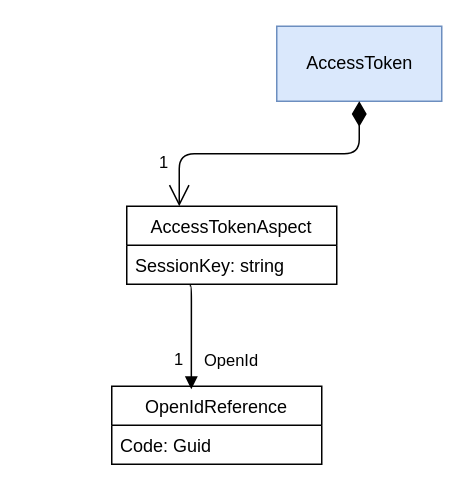
sdlfly2000/MindBridgeCampServer keeps this draw.io diagram as UML/AccessToken.drawio. Above is the earlier version. Source tidied: cells renumbered, new cells numbered last; positions are measured from the earlier drawing's top-left corner, leaving out a move shared by most shapes. Both pictures are drawn from the tidied source at 150%, with x=0, y=0 at pixel (111, 26).
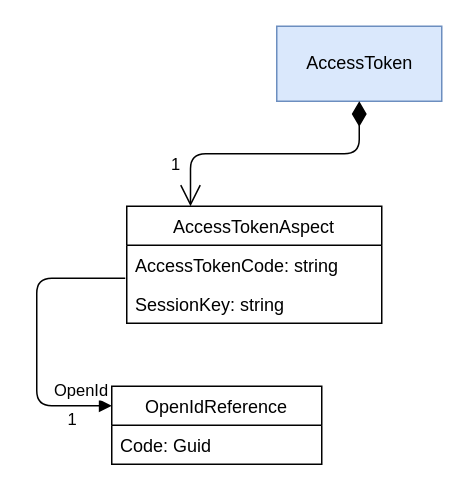
After the change.

Change to the diagram source:
```diff
@@
 <mxGraphModel>
   <root>
     <mxCell id="0" />
     <mxCell id="1" parent="0" />
     <mxCell id="2" value="AccessToken" style="html=1;fillColor=#dae8fc;strokeColor=#6c8ebf;" parent="1" vertex="1">
       <mxGeometry x="110" width="110" height="50" as="geometry" />
     </mxCell>
     <mxCell id="3" value="AccessTokenAspect" style="swimlane;fontStyle=0;horizontal=1;startSize=26;fillColor=none;" parent="1" vertex="1">
-      <mxGeometry x="10" y="120" width="140" height="52" as="geometry" />
+      <mxGeometry x="10" y="120" width="170" height="78" as="geometry" />
     </mxCell>
-    <mxCell id="4" value="SessionKey: string" style="text;strokeColor=none;fillColor=none;align=left;verticalAlign=top;spacingLeft=4;spacingRight=4;overflow=hidden;points=[[0,0.5],[1,0.5]];portConstraint=eastwest;" parent="3" vertex="1">
-      <mxGeometry y="26" width="140" height="26" as="geometry" />
+    <mxCell id="4" value="AccessTokenCode: string" style="text;strokeColor=none;fillColor=none;align=left;verticalAlign=top;spacingLeft=4;spacingRight=4;overflow=hidden;points=[[0,0.5],[1,0.5]];portConstraint=eastwest;" parent="3" vertex="1">
+      <mxGeometry y="26" width="170" height="26" as="geometry" />
     </mxCell>
+    <mxCell id="10" value="SessionKey: string" style="text;strokeColor=none;fillColor=none;align=left;verticalAlign=top;spacingLeft=4;spacingRight=4;overflow=hidden;" parent="3" vertex="1">
+      <mxGeometry y="52" width="170" height="26" as="geometry" />
+    </mxCell>
     <mxCell id="5" value="1" style="endArrow=open;html=1;endSize=12;startArrow=diamondThin;startSize=14;startFill=1;edgeStyle=orthogonalEdgeStyle;align=left;verticalAlign=bottom;entryX=0.25;entryY=0;entryDx=0;entryDy=0;" parent="1" edge="1" source="2" target="3">
       <mxGeometry x="0.79" y="-15" relative="1" as="geometry" />
     </mxCell>
     <mxCell id="6" value="OpenIdReference" style="swimlane;fontStyle=0;horizontal=1;startSize=26;fillColor=none;" parent="1" vertex="1">
       <mxGeometry y="240" width="140" height="52" as="geometry" />
     </mxCell>
     <mxCell id="7" value="Code: Guid" style="text;strokeColor=none;fillColor=none;align=left;verticalAlign=top;spacingLeft=4;spacingRight=4;overflow=hidden;" parent="6" vertex="1">
       <mxGeometry y="26" width="140" height="26" as="geometry" />
     </mxCell>
-    <mxCell id="8" value="OpenId" style="endArrow=block;endFill=1;html=1;edgeStyle=orthogonalEdgeStyle;align=left;verticalAlign=top;exitX=0.3;exitY=1.038;exitDx=0;exitDy=0;exitPerimeter=0;entryX=0.379;entryY=0.038;entryDx=0;entryDy=0;entryPerimeter=0;" parent="1" edge="1" source="4" target="6">
-      <mxGeometry x="0.09" y="7" relative="1" as="geometry">
+    <mxCell id="8" value="OpenId" style="endArrow=block;endFill=1;html=1;edgeStyle=orthogonalEdgeStyle;align=left;verticalAlign=top;entryX=0;entryY=0.25;entryDx=0;entryDy=0;exitX=-0.006;exitY=0.846;exitDx=0;exitDy=0;exitPerimeter=0;" parent="1" edge="1" source="4" target="6">
+      <mxGeometry x="0.25" y="10" relative="1" as="geometry">
         <Array as="points">
-          <mxPoint x="53" y="173" />
+          <mxPoint x="-50" y="168" />
+          <mxPoint x="-50" y="253" />
         </Array>
       </mxGeometry>
     </mxCell>
     <mxCell id="9" value="1" style="edgeLabel;html=1;align=left;verticalAlign=bottom;" parent="8" vertex="1">
       <mxGeometry x="-1" relative="1" as="geometry">
-        <mxPoint x="-12" y="57" as="offset" />
+        <mxPoint x="-40" y="102" as="offset" />
       </mxGeometry>
     </mxCell>
   </root>
 </mxGraphModel>
```
